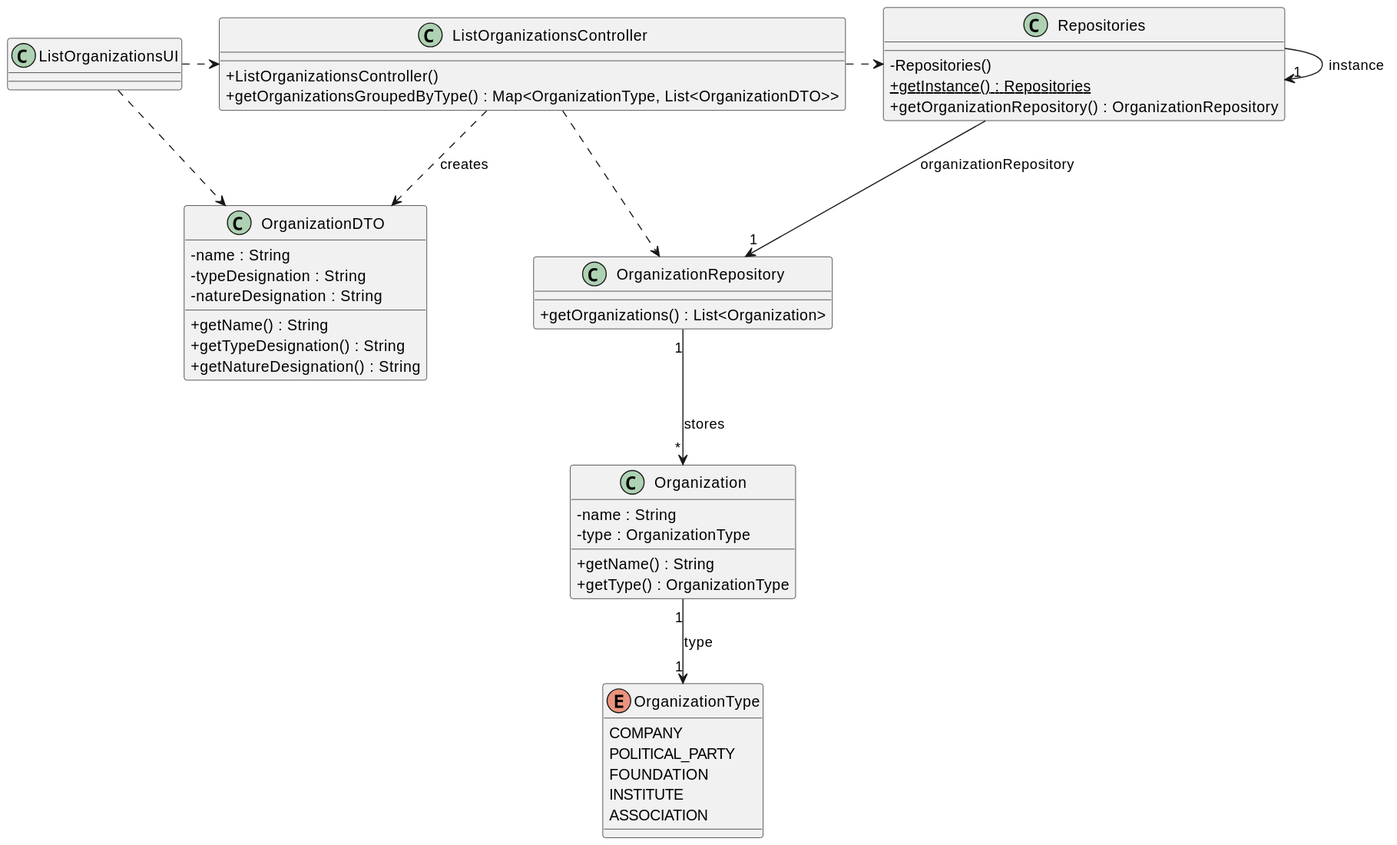
Above: docs/system-documentation/US03/03.design/svg/US03_CD.svg in brunodspinto/crystal-clear-platform (PlantUML), before the change.
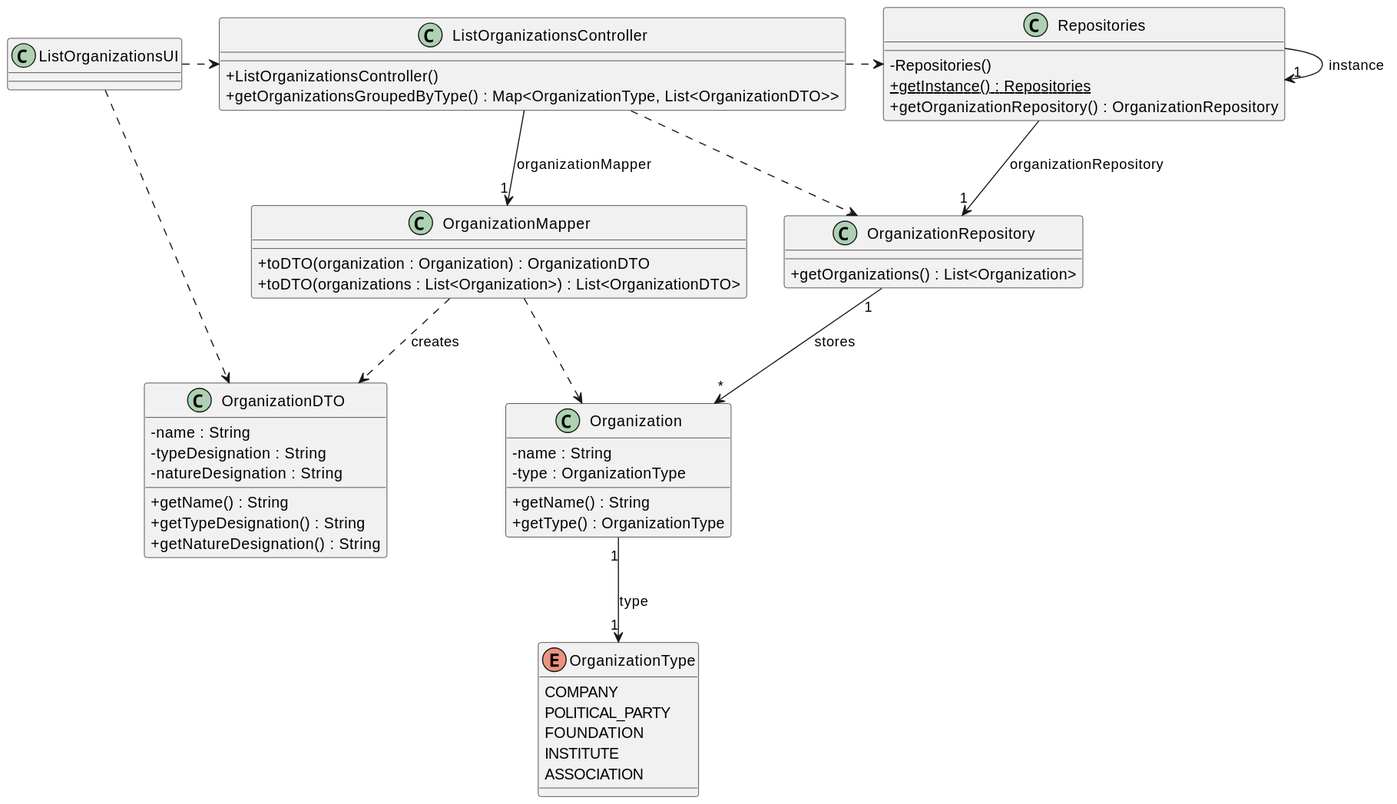
After the commit.

The edit, as a diff of the source:
```diff
@@ -10,6 +10,11 @@
 class ListOrganizationsController {
     + ListOrganizationsController()
     + getOrganizationsGroupedByType() : Map<OrganizationType, List<OrganizationDTO>>
+}
+
+class OrganizationMapper {
+    + toDTO(organization : Organization) : OrganizationDTO
+    + toDTO(organizations : List<Organization>) : List<OrganizationDTO>
 }
 
 class OrganizationDTO {
@@ -48,7 +53,9 @@
 
 ListOrganizationsUI .> ListOrganizationsController
 ListOrganizationsUI ..> OrganizationDTO
-ListOrganizationsController ..> OrganizationDTO : creates
+ListOrganizationsController --> "1" OrganizationMapper : organizationMapper
+OrganizationMapper ..> OrganizationDTO : creates
+OrganizationMapper ..> Organization
 ListOrganizationsController .> Repositories
 ListOrganizationsController ..> OrganizationRepository
 Repositories -> "1" Repositories : instance
```
